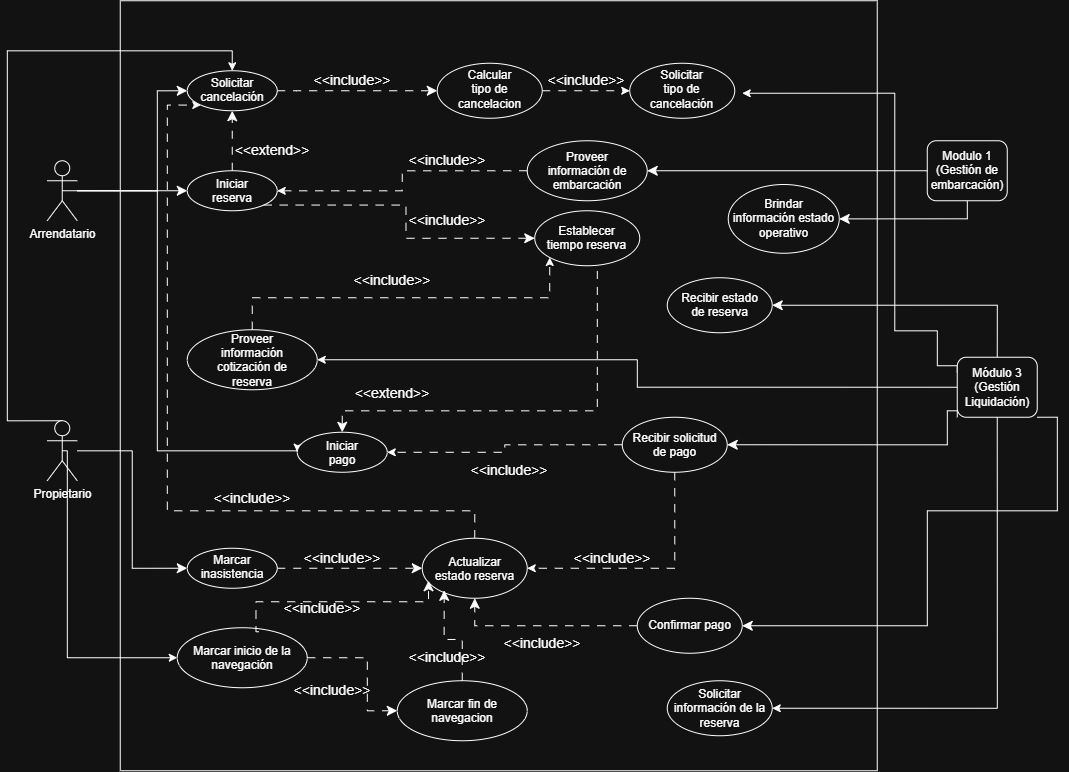
Alyson2105/SeaShare-modulo-2 keeps this draw.io diagram as Documentación/Sea-Share module-Modulo 2.drawio.png. Above is the earlier version. Source tidied: cells renumbered, new cells last; positions are measured from the earlier drawing's top-left corner, leaving out a move shared by most shapes.
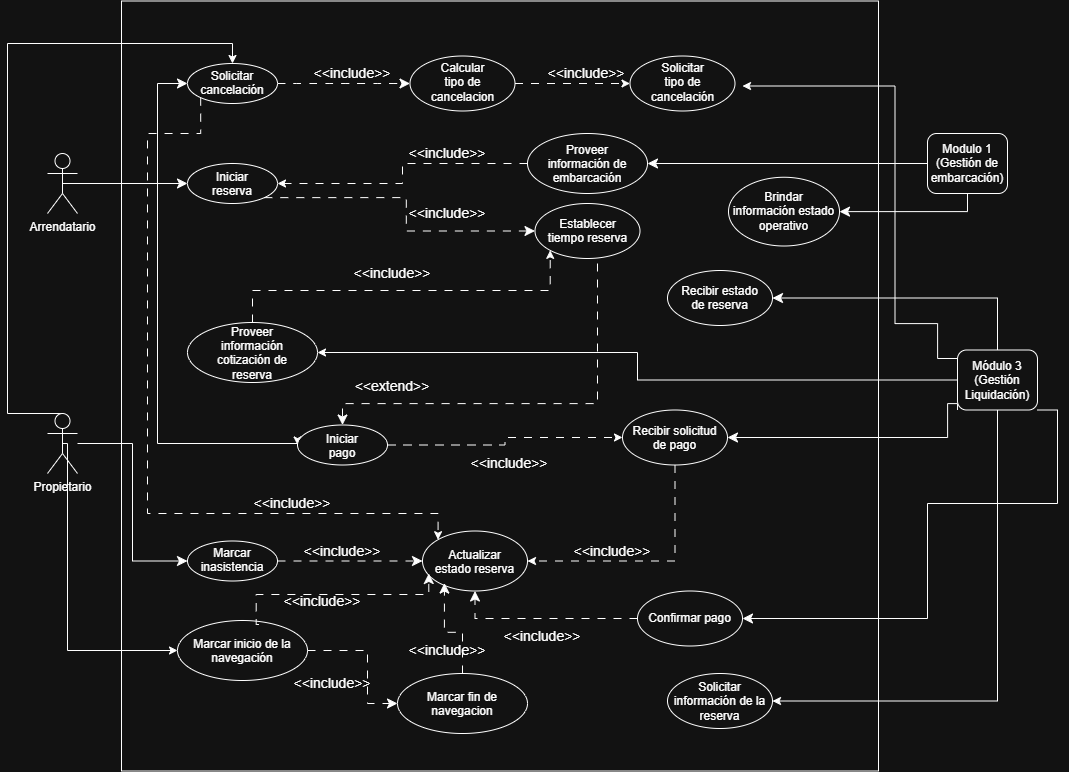
The same diagram one commit later.

The edit, as a diff of the source:
```diff
@@ -3,7 +3,7 @@
     <mxCell id="0" />
     <mxCell id="1" parent="0" />
     <mxCell id="2" style="rounded=0;whiteSpace=wrap;html=1;" parent="1" vertex="1">
-      <mxGeometry x="113" width="757" height="770" as="geometry" />
+      <mxGeometry x="114" y="7.5" width="757" height="770" as="geometry" />
     </mxCell>
     <mxCell id="3" style="edgeStyle=orthogonalEdgeStyle;rounded=0;jettySize=auto;html=1;entryX=0;entryY=0.5;entryDx=0;entryDy=0;fontSize=12;startSize=8;endSize=8;" parent="1" edge="1" source="6" target="20">
       <mxGeometry relative="1" as="geometry" />
@@ -51,9 +51,6 @@
     <mxCell id="10" value="Arrendatario" style="shape=umlActor;verticalLabelPosition=bottom;verticalAlign=top;html=1;outlineConnect=0;" parent="1" vertex="1">
       <mxGeometry x="40" y="160" width="30" height="60" as="geometry" />
     </mxCell>
-    <mxCell id="11" style="edgeStyle=orthogonalEdgeStyle;rounded=0;jettySize=auto;html=1;fontSize=12;startSize=8;endSize=8;dashed=1;dashPattern=8 8;" parent="1" edge="1" source="13" target="22">
-      <mxGeometry relative="1" as="geometry" />
-    </mxCell>
     <mxCell id="12" style="edgeStyle=orthogonalEdgeStyle;rounded=0;jettySize=auto;html=1;entryX=0.5;entryY=0;entryDx=0;entryDy=0;fontSize=12;startSize=8;endSize=8;dashed=1;dashPattern=8 8;exitX=0.5;exitY=1;exitDx=0;exitDy=0;" parent="1" edge="1" source="36" target="27">
       <mxGeometry relative="1" as="geometry">
         <Array as="points">
@@ -67,24 +64,12 @@
     <mxCell id="13" value="Iniciar reserva" style="ellipse;whiteSpace=wrap;html=1;shapeInside=1;" parent="1" vertex="1">
       <mxGeometry x="180" y="170" width="90" height="40" as="geometry" />
     </mxCell>
-    <mxCell id="14" style="edgeStyle=orthogonalEdgeStyle;rounded=0;jettySize=auto;html=1;exitX=0;exitY=0.5;exitDx=0;exitDy=0;dashed=1;dashPattern=8 8;" parent="1" edge="1" source="16" target="27">
-      <mxGeometry relative="1" as="geometry" />
-    </mxCell>
     <mxCell id="15" style="edgeStyle=orthogonalEdgeStyle;rounded=0;jettySize=auto;html=1;exitX=0.5;exitY=1;exitDx=0;exitDy=0;entryX=1;entryY=0.5;entryDx=0;entryDy=0;dashed=1;dashPattern=8 8;" parent="1" edge="1" source="16" target="18">
       <mxGeometry relative="1" as="geometry" />
     </mxCell>
     <mxCell id="16" value="Recibir solicitud de pago&lt;div&gt;&lt;br/&gt;&lt;/div&gt;" style="ellipse;whiteSpace=wrap;html=1;shapeInside=1;" parent="1" vertex="1">
       <mxGeometry x="615" y="416.5" width="105" height="55" as="geometry" />
     </mxCell>
-    <mxCell id="17" style="edgeStyle=orthogonalEdgeStyle;rounded=0;jettySize=auto;html=1;exitX=0.5;exitY=0;exitDx=0;exitDy=0;entryX=0;entryY=1;entryDx=0;entryDy=0;dashed=1;dashPattern=8 8;" parent="1" edge="1" source="18" target="22">
-      <mxGeometry relative="1" as="geometry">
-        <Array as="points">
-          <mxPoint x="467.5" y="510" />
-          <mxPoint x="160.1" y="510" />
-          <mxPoint x="160.1" y="104.2" />
-        </Array>
-      </mxGeometry>
-    </mxCell>
     <mxCell id="18" value="&lt;div&gt;Actualizar estado reserva&lt;/div&gt;" style="ellipse;whiteSpace=wrap;html=1;shapeInside=1;" parent="1" vertex="1">
       <mxGeometry x="415" y="537.5" width="105" height="60" as="geometry" />
     </mxCell>
@@ -97,6 +82,16 @@
     <mxCell id="21" style="edgeStyle=none;curved=1;rounded=0;jettySize=auto;html=1;exitX=1;exitY=0.5;exitDx=0;exitDy=0;fontSize=12;startSize=8;endSize=8;dashed=1;dashPattern=8 8;" parent="1" edge="1" source="22" target="24">
       <mxGeometry relative="1" as="geometry" />
     </mxCell>
+    <mxCell id="72" style="edgeStyle=orthogonalEdgeStyle;rounded=0;jettySize=auto;html=1;exitX=0;exitY=1;exitDx=0;exitDy=0;entryX=0;entryY=0;entryDx=0;entryDy=0;dashed=1;dashPattern=8 8;" parent="1" edge="1" source="22" target="18">
+      <mxGeometry relative="1" as="geometry">
+        <Array as="points">
+          <mxPoint x="193.2" y="140" />
+          <mxPoint x="140" y="140" />
+          <mxPoint x="140" y="520" />
+          <mxPoint x="430.6" y="520" />
+        </Array>
+      </mxGeometry>
+    </mxCell>
     <mxCell id="22" value="Solicitar cancelación&lt;div&gt;&lt;br&gt;&lt;/div&gt;" style="ellipse;whiteSpace=wrap;html=1;shapeInside=1;" parent="1" vertex="1">
       <mxGeometry x="180" y="70" width="90" height="40" as="geometry" />
     </mxCell>
@@ -104,14 +99,14 @@
       <mxGeometry relative="1" as="geometry" />
     </mxCell>
     <mxCell id="24" value="Calcular tipo de cancelacion&lt;br&gt;&lt;div&gt;&lt;br&gt;&lt;/div&gt;" style="ellipse;whiteSpace=wrap;html=1;shapeInside=1;" parent="1" vertex="1">
-      <mxGeometry x="430" y="62.5" width="105" height="55" as="geometry" />
+      <mxGeometry x="402.5" y="62.5" width="105" height="55" as="geometry" />
     </mxCell>
     <mxCell id="25" value="&amp;lt;&amp;lt;include&amp;gt;&amp;gt;" style="text;html=1;whiteSpace=wrap;strokeColor=none;fillColor=none;align=center;verticalAlign=middle;rounded=0;fontSize=14;" parent="1" vertex="1">
       <mxGeometry x="320" y="70" width="50" height="20" as="geometry" />
     </mxCell>
-    <mxCell id="26" value="&amp;lt;&amp;lt;extend&amp;gt;&amp;gt;" style="text;html=1;whiteSpace=wrap;strokeColor=none;fillColor=none;align=center;verticalAlign=middle;rounded=0;fontSize=14;" parent="1" vertex="1">
-      <mxGeometry x="240" y="140" width="50" height="20" as="geometry" />
-    </mxCell>
+    <mxCell id="73" style="edgeStyle=orthogonalEdgeStyle;rounded=0;jettySize=auto;html=1;exitX=1;exitY=0.5;exitDx=0;exitDy=0;dashed=1;dashPattern=8 8;" parent="1" edge="1" source="27" target="16">
+      <mxGeometry relative="1" as="geometry" />
+    </mxCell>
     <mxCell id="27" value="Iniciar pago" style="ellipse;whiteSpace=wrap;html=1;shapeInside=1;" parent="1" vertex="1">
       <mxGeometry x="290" y="431.5" width="90" height="40" as="geometry" />
     </mxCell>
@@ -131,7 +126,7 @@
     <mxCell id="31" value="Modulo 1 (Gestión de embarcación)" style="rounded=1;whiteSpace=wrap;html=1;" parent="1" vertex="1">
       <mxGeometry x="920" y="140" width="80" height="60" as="geometry" />
     </mxCell>
-    <mxCell id="32" style="edgeStyle=orthogonalEdgeStyle;rounded=0;jettySize=auto;html=1;fontSize=12;startSize=8;endSize=8;exitX=0;exitY=0.5;exitDx=0;exitDy=0;entryX=1;entryY=0.5;entryDx=0;entryDy=0;" parent="1" edge="1" source="31" target="34">
+    <mxCell id="32" style="edgeStyle=orthogonalEdgeStyle;rounded=0;jettySize=auto;html=1;fontSize=12;startSize=8;endSize=8;exitX=0;exitY=0.5;exitDx=0;exitDy=0;entryX=1;entryY=0.5;entryDx=0;entryDy=0;endArrow=classic;endFill=1;startArrow=none;startFill=0;" parent="1" edge="1" source="31" target="34">
       <mxGeometry relative="1" as="geometry" />
     </mxCell>
     <mxCell id="33" style="edgeStyle=orthogonalEdgeStyle;rounded=0;jettySize=auto;html=1;exitX=0;exitY=0.5;exitDx=0;exitDy=0;dashed=1;dashPattern=8 8;" parent="1" edge="1" source="34" target="13">
@@ -208,7 +203,7 @@
       <mxGeometry x="950" y="356.5" width="80" height="60" as="geometry" />
     </mxCell>
     <mxCell id="51" value="&amp;lt;&amp;lt;include&amp;gt;&amp;gt;" style="text;html=1;whiteSpace=wrap;strokeColor=none;fillColor=none;align=center;verticalAlign=middle;rounded=0;fontSize=14;rotation=0;" parent="1" vertex="1">
-      <mxGeometry x="220" y="488" width="50" height="20" as="geometry" />
+      <mxGeometry x="260" y="500" width="50" height="20" as="geometry" />
     </mxCell>
     <mxCell id="52" style="edgeStyle=orthogonalEdgeStyle;rounded=0;jettySize=auto;html=1;exitX=0.5;exitY=0;exitDx=0;exitDy=0;entryX=0;entryY=1;entryDx=0;entryDy=0;dashed=1;dashPattern=8 8;" parent="1" edge="1" source="53" target="36">
       <mxGeometry relative="1" as="geometry" />
```
